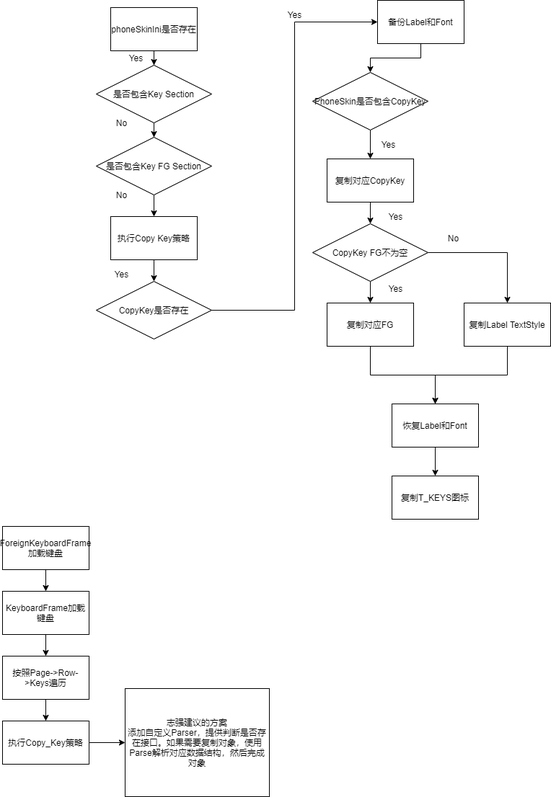
chonglv/charts keeps this draw.io diagram as input/Copy_Key_Rectory.png. Above is the earlier version. Source tidied: cells renumbered, new cells last; positions are measured from the earlier drawing's top-left corner, leaving out a move shared by most shapes.
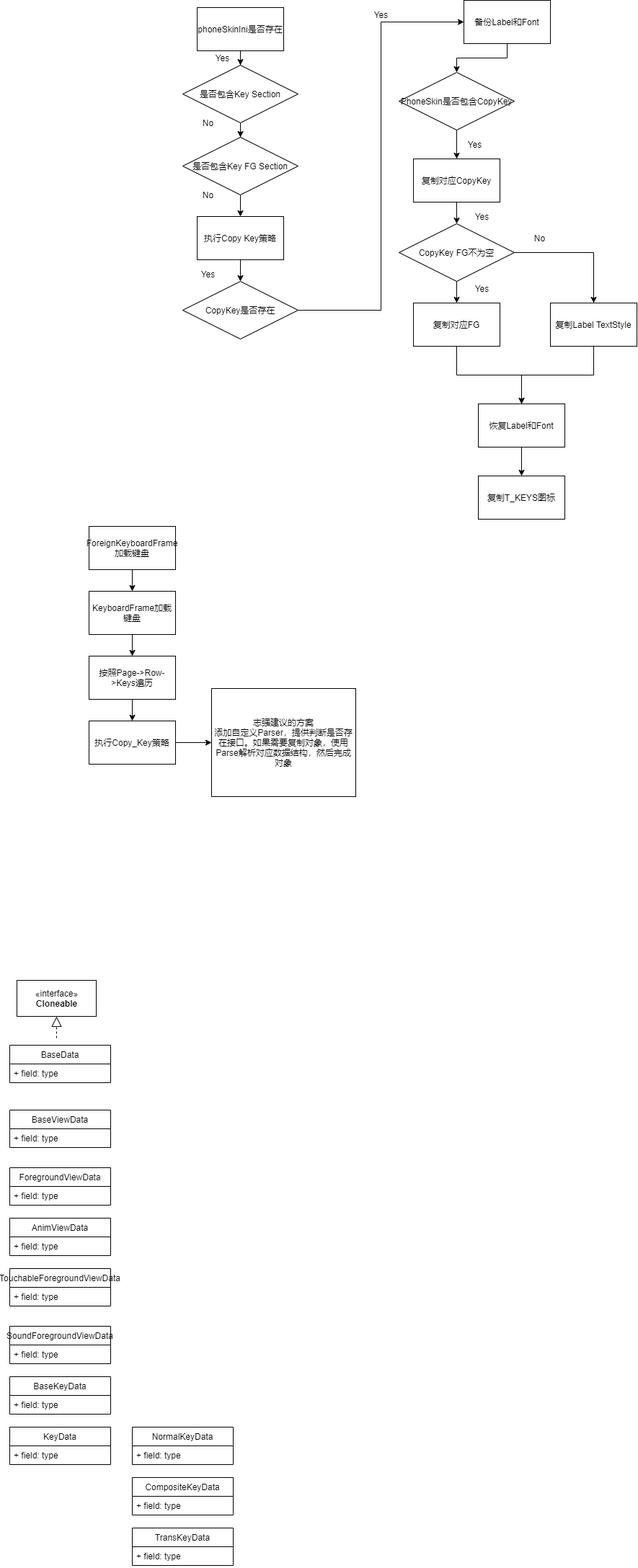
After the change.

Change to the diagram source:
```diff
@@ -134,5 +134,79 @@
     <mxCell id="45" value="志强建议的方案&lt;br&gt;添加自定义Parser，提供判断是否存在接口。如果需要复制对象，使用Parse解析对应数据结构，然后完成对象" style="rounded=0;whiteSpace=wrap;html=1;" parent="1" vertex="1">
       <mxGeometry x="170" y="955" width="200" height="150" as="geometry" />
     </mxCell>
+    <mxCell id="46" value="«interface»&lt;br&gt;&lt;b&gt;Cloneable&lt;/b&gt;" style="html=1;" parent="1" vertex="1">
+      <mxGeometry x="-100" y="1360" width="110" height="50" as="geometry" />
+    </mxCell>
+    <mxCell id="47" value="BaseData" style="swimlane;fontStyle=0;horizontal=1;startSize=26;fillColor=none;" parent="1" vertex="1">
+      <mxGeometry x="-110" y="1450" width="140" height="52" as="geometry" />
+    </mxCell>
+    <mxCell id="48" value="+ field: type" style="text;strokeColor=none;fillColor=none;align=left;verticalAlign=top;spacingLeft=4;spacingRight=4;overflow=hidden;" parent="47" vertex="1">
+      <mxGeometry y="26" width="140" height="26" as="geometry" />
+    </mxCell>
+    <mxCell id="49" value="BaseViewData" style="swimlane;fontStyle=0;horizontal=1;startSize=26;fillColor=none;" parent="1" vertex="1">
+      <mxGeometry x="-110" y="1540" width="140" height="52" as="geometry" />
+    </mxCell>
+    <mxCell id="50" value="+ field: type" style="text;strokeColor=none;fillColor=none;align=left;verticalAlign=top;spacingLeft=4;spacingRight=4;overflow=hidden;" parent="49" vertex="1">
+      <mxGeometry y="26" width="140" height="26" as="geometry" />
+    </mxCell>
+    <mxCell id="51" value="ForegroundViewData" style="swimlane;fontStyle=0;horizontal=1;startSize=26;fillColor=none;" parent="1" vertex="1">
+      <mxGeometry x="-110" y="1620" width="140" height="52" as="geometry" />
+    </mxCell>
+    <mxCell id="52" value="+ field: type" style="text;strokeColor=none;fillColor=none;align=left;verticalAlign=top;spacingLeft=4;spacingRight=4;overflow=hidden;" parent="51" vertex="1">
+      <mxGeometry y="26" width="140" height="26" as="geometry" />
+    </mxCell>
+    <mxCell id="53" value="AnimViewData" style="swimlane;fontStyle=0;horizontal=1;startSize=26;fillColor=none;" parent="1" vertex="1">
+      <mxGeometry x="-110" y="1690" width="140" height="52" as="geometry" />
+    </mxCell>
+    <mxCell id="54" value="+ field: type" style="text;strokeColor=none;fillColor=none;align=left;verticalAlign=top;spacingLeft=4;spacingRight=4;overflow=hidden;" parent="53" vertex="1">
+      <mxGeometry y="26" width="140" height="26" as="geometry" />
+    </mxCell>
+    <mxCell id="55" value="TouchableForegroundViewData" style="swimlane;fontStyle=0;horizontal=1;startSize=26;fillColor=none;" parent="1" vertex="1">
+      <mxGeometry x="-110" y="1760" width="140" height="52" as="geometry" />
+    </mxCell>
+    <mxCell id="56" value="+ field: type" style="text;strokeColor=none;fillColor=none;align=left;verticalAlign=top;spacingLeft=4;spacingRight=4;overflow=hidden;" parent="55" vertex="1">
+      <mxGeometry y="26" width="140" height="26" as="geometry" />
+    </mxCell>
+    <mxCell id="57" value="SoundForegroundViewData" style="swimlane;fontStyle=0;horizontal=1;startSize=26;fillColor=none;" parent="1" vertex="1">
+      <mxGeometry x="-110" y="1840" width="140" height="52" as="geometry" />
+    </mxCell>
+    <mxCell id="58" value="+ field: type" style="text;strokeColor=none;fillColor=none;align=left;verticalAlign=top;spacingLeft=4;spacingRight=4;overflow=hidden;" parent="57" vertex="1">
+      <mxGeometry y="26" width="140" height="26" as="geometry" />
+    </mxCell>
+    <mxCell id="59" value="BaseKeyData" style="swimlane;fontStyle=0;horizontal=1;startSize=26;fillColor=none;" parent="1" vertex="1">
+      <mxGeometry x="-110" y="1910" width="140" height="52" as="geometry" />
+    </mxCell>
+    <mxCell id="60" value="+ field: type" style="text;strokeColor=none;fillColor=none;align=left;verticalAlign=top;spacingLeft=4;spacingRight=4;overflow=hidden;" parent="59" vertex="1">
+      <mxGeometry y="26" width="140" height="26" as="geometry" />
+    </mxCell>
+    <mxCell id="61" value="KeyData" style="swimlane;fontStyle=0;horizontal=1;startSize=26;fillColor=none;" parent="1" vertex="1">
+      <mxGeometry x="-110" y="1980" width="140" height="52" as="geometry" />
+    </mxCell>
+    <mxCell id="62" value="+ field: type" style="text;strokeColor=none;fillColor=none;align=left;verticalAlign=top;spacingLeft=4;spacingRight=4;overflow=hidden;" parent="61" vertex="1">
+      <mxGeometry y="26" width="140" height="26" as="geometry" />
+    </mxCell>
+    <mxCell id="63" value="NormalKeyData" style="swimlane;fontStyle=0;horizontal=1;startSize=26;fillColor=none;" parent="1" vertex="1">
+      <mxGeometry x="60" y="1980" width="140" height="52" as="geometry" />
+    </mxCell>
+    <mxCell id="64" value="+ field: type" style="text;strokeColor=none;fillColor=none;align=left;verticalAlign=top;spacingLeft=4;spacingRight=4;overflow=hidden;" parent="63" vertex="1">
+      <mxGeometry y="26" width="140" height="26" as="geometry" />
+    </mxCell>
+    <mxCell id="65" value="CompositeKeyData" style="swimlane;fontStyle=0;horizontal=1;startSize=26;fillColor=none;" parent="1" vertex="1">
+      <mxGeometry x="60" y="2050" width="140" height="52" as="geometry" />
+    </mxCell>
+    <mxCell id="66" value="+ field: type" style="text;strokeColor=none;fillColor=none;align=left;verticalAlign=top;spacingLeft=4;spacingRight=4;overflow=hidden;" parent="65" vertex="1">
+      <mxGeometry y="26" width="140" height="26" as="geometry" />
+    </mxCell>
+    <mxCell id="67" value="TransKeyData" style="swimlane;fontStyle=0;horizontal=1;startSize=26;fillColor=none;" parent="1" vertex="1">
+      <mxGeometry x="60" y="2120" width="140" height="52" as="geometry" />
+    </mxCell>
+    <mxCell id="68" value="+ field: type" style="text;strokeColor=none;fillColor=none;align=left;verticalAlign=top;spacingLeft=4;spacingRight=4;overflow=hidden;" parent="67" vertex="1">
+      <mxGeometry y="26" width="140" height="26" as="geometry" />
+    </mxCell>
+    <mxCell id="69" style="endArrow=block;dashed=1;endFill=0;endSize=12;html=1;entryX=0.5;entryY=1;entryDx=0;entryDy=0;" parent="1" edge="1" target="46">
+      <mxGeometry relative="1" as="geometry">
+        <mxPoint x="-45" y="1440" as="sourcePoint" />
+      </mxGeometry>
+    </mxCell>
   </root>
 </mxGraphModel>
```
